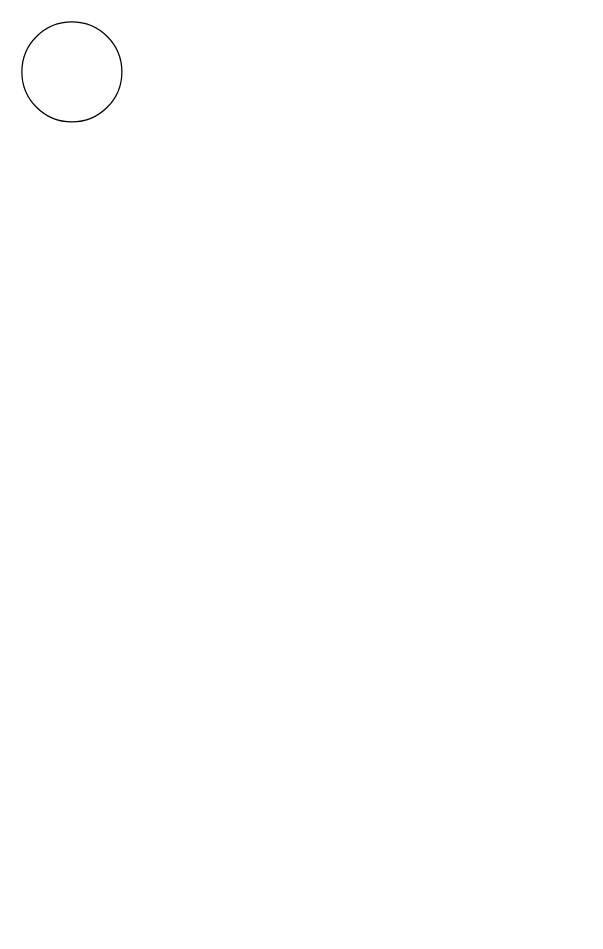
Earlier version of the draw.io diagram page "Landing Page" (1 of 3) of white box.drawio (AmirRazer/DrawIoErd). Source tidied: cells renumbered, new cells numbered last; positions are measured from the earlier drawing's top-left corner, leaving out a move shared by most shapes. Both pictures are drawn from the tidied source at 125%, with x=0, y=0 at pixel (21, 21).
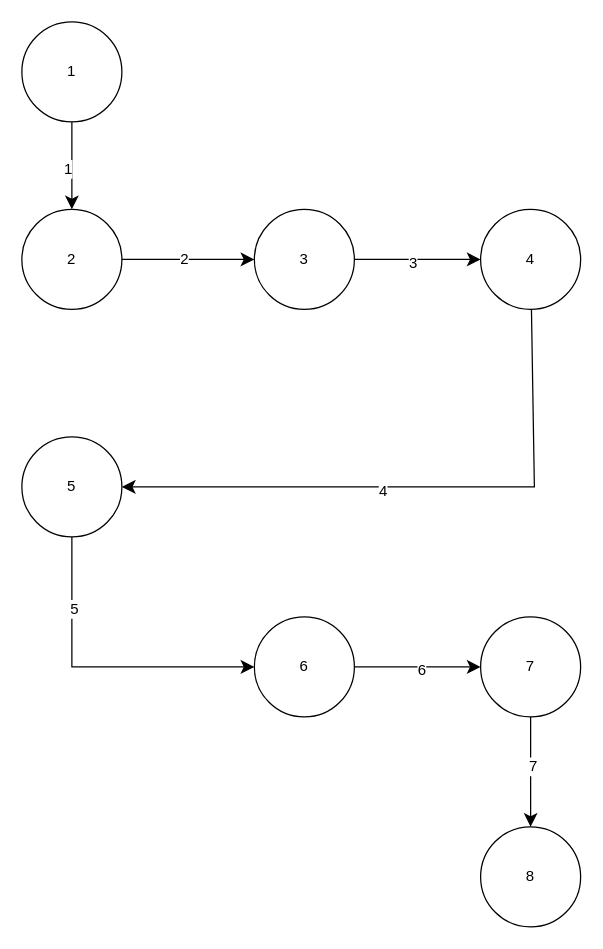
The same page after the edit.

Change to the diagram source:
```diff
@@
+    <mxCell id="3" style="edgeStyle=none;curved=1;rounded=0;jettySize=auto;html=1;fontSize=12;startSize=8;endSize=8;" parent="1" edge="1" source="2" target="7">
+      <mxGeometry relative="1" as="geometry" />
+    </mxCell>
+    <mxCell id="4" value="1" style="edgeLabel;html=1;align=center;verticalAlign=middle;fontSize=12;" parent="3" vertex="1">
+      <mxGeometry x="0.08" y="-4" relative="1" as="geometry">
+        <mxPoint y="-1" as="offset" />
+      </mxGeometry>
+    </mxCell>
-    <mxCell id="2" style="ellipse;whiteSpace=wrap;html=1;" parent="1" vertex="1">
+    <mxCell id="2" value="1" style="ellipse;whiteSpace=wrap;html=1;" parent="1" vertex="1">
       <mxGeometry width="80" height="80" as="geometry" />
     </mxCell>
+    <mxCell id="5" style="edgeStyle=none;curved=1;rounded=0;jettySize=auto;html=1;fontSize=12;startSize=8;endSize=8;" parent="1" edge="1" source="7" target="10">
+      <mxGeometry relative="1" as="geometry" />
+    </mxCell>
+    <mxCell id="6" value="2" style="edgeLabel;html=1;align=center;verticalAlign=middle;fontSize=12;" parent="5" vertex="1">
+      <mxGeometry x="-0.08" y="1" relative="1" as="geometry" />
+    </mxCell>
+    <mxCell id="7" value="2" style="ellipse;whiteSpace=wrap;html=1;" parent="1" vertex="1">
+      <mxGeometry y="150" width="80" height="80" as="geometry" />
+    </mxCell>
+    <mxCell id="8" style="edgeStyle=none;curved=1;rounded=0;jettySize=auto;html=1;fontSize=12;startSize=8;endSize=8;" parent="1" edge="1" source="10" target="13">
+      <mxGeometry relative="1" as="geometry" />
+    </mxCell>
+    <mxCell id="9" value="3" style="edgeLabel;html=1;align=center;verticalAlign=middle;fontSize=12;" parent="8" vertex="1">
+      <mxGeometry x="-0.09" y="-2" relative="1" as="geometry" />
+    </mxCell>
+    <mxCell id="10" value="3" style="ellipse;whiteSpace=wrap;html=1;" parent="1" vertex="1">
+      <mxGeometry x="186" y="150" width="80" height="80" as="geometry" />
+    </mxCell>
+    <mxCell id="11" style="edgeStyle=none;curved=0;rounded=0;jettySize=auto;html=1;entryX=1;entryY=0.5;entryDx=0;entryDy=0;fontSize=12;startSize=8;endSize=8;" parent="1" edge="1" source="13" target="16">
+      <mxGeometry relative="1" as="geometry">
+        <Array as="points">
+          <mxPoint x="410" y="372" />
+        </Array>
+      </mxGeometry>
+    </mxCell>
+    <mxCell id="12" value="4" style="edgeLabel;html=1;align=center;verticalAlign=middle;fontSize=12;" parent="11" vertex="1">
+      <mxGeometry x="0.12" y="3" relative="1" as="geometry" />
+    </mxCell>
+    <mxCell id="13" value="4" style="ellipse;whiteSpace=wrap;html=1;" parent="1" vertex="1">
+      <mxGeometry x="367" y="150" width="80" height="80" as="geometry" />
+    </mxCell>
+    <mxCell id="14" style="edgeStyle=none;curved=0;rounded=0;jettySize=auto;html=1;entryX=0;entryY=0.5;entryDx=0;entryDy=0;fontSize=12;startSize=8;endSize=8;" parent="1" edge="1" source="16" target="19">
+      <mxGeometry relative="1" as="geometry">
+        <Array as="points">
+          <mxPoint x="40" y="516" />
+        </Array>
+      </mxGeometry>
+    </mxCell>
+    <mxCell id="15" value="5" style="edgeLabel;html=1;align=center;verticalAlign=middle;fontSize=12;" parent="14" vertex="1">
+      <mxGeometry x="-0.54" y="1" relative="1" as="geometry" />
+    </mxCell>
+    <mxCell id="16" value="5" style="ellipse;whiteSpace=wrap;html=1;" parent="1" vertex="1">
+      <mxGeometry y="332" width="80" height="80" as="geometry" />
+    </mxCell>
+    <mxCell id="17" style="edgeStyle=none;curved=1;rounded=0;jettySize=auto;html=1;fontSize=12;startSize=8;endSize=8;" parent="1" edge="1" source="19" target="22">
+      <mxGeometry relative="1" as="geometry" />
+    </mxCell>
+    <mxCell id="18" value="6" style="edgeLabel;html=1;align=center;verticalAlign=middle;fontSize=12;" parent="17" vertex="1">
+      <mxGeometry x="0.05" y="-2" relative="1" as="geometry" />
+    </mxCell>
+    <mxCell id="19" value="6" style="ellipse;whiteSpace=wrap;html=1;" parent="1" vertex="1">
+      <mxGeometry x="186" y="476" width="80" height="80" as="geometry" />
+    </mxCell>
+    <mxCell id="20" style="edgeStyle=none;curved=1;rounded=0;jettySize=auto;html=1;fontSize=12;startSize=8;endSize=8;" parent="1" edge="1" source="22" target="23">
+      <mxGeometry relative="1" as="geometry" />
+    </mxCell>
+    <mxCell id="21" value="7" style="edgeLabel;html=1;align=center;verticalAlign=middle;fontSize=12;" parent="20" vertex="1">
+      <mxGeometry x="-0.12" y="1" relative="1" as="geometry" />
+    </mxCell>
+    <mxCell id="22" value="7" style="ellipse;whiteSpace=wrap;html=1;" parent="1" vertex="1">
+      <mxGeometry x="367" y="476" width="80" height="80" as="geometry" />
+    </mxCell>
+    <mxCell id="23" value="8" style="ellipse;whiteSpace=wrap;html=1;" parent="1" vertex="1">
+      <mxGeometry x="367" y="644" width="80" height="80" as="geometry" />
+    </mxCell>
```
